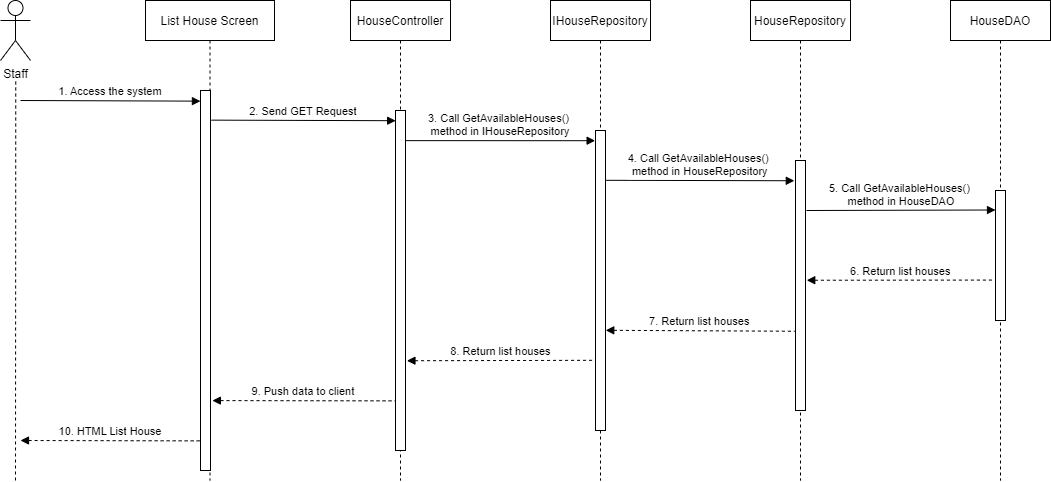
Above: Documentation/Diagram/Sequence Diagrams/(Staff) List House Sequence Diagram.drawio.png in nguyenthegiang/fu-house-finder (draw.io), before the change. Source tidied: cells renumbered, new cells last; positions are measured from the earlier drawing's top-left corner, leaving out a move shared by most shapes. Source of this version:
```xml
<mxGraphModel>
  <root>
    <mxCell id="0" />
    <mxCell id="1" parent="0" />
    <mxCell id="2" value="List House Screen" style="shape=umlLifeline;perimeter=lifelinePerimeter;rounded=0;shadow=0;strokeWidth=1;" parent="1" vertex="1">
      <mxGeometry x="145" width="129" height="480" as="geometry" />
    </mxCell>
    <mxCell id="3" style="points=[];perimeter=orthogonalPerimeter;rounded=0;shadow=0;strokeWidth=1;" parent="2" vertex="1">
      <mxGeometry x="55" y="90" width="10" height="380" as="geometry" />
    </mxCell>
    <mxCell id="4" value="HouseController" style="shape=umlLifeline;perimeter=lifelinePerimeter;rounded=0;shadow=0;strokeWidth=1;" parent="1" vertex="1">
      <mxGeometry x="350" width="100" height="480" as="geometry" />
    </mxCell>
    <mxCell id="5" style="points=[];perimeter=orthogonalPerimeter;rounded=0;shadow=0;strokeWidth=1;" parent="4" vertex="1">
      <mxGeometry x="45" y="110" width="10" height="340" as="geometry" />
    </mxCell>
    <mxCell id="6" value="Staff" style="shape=umlActor;verticalLabelPosition=bottom;verticalAlign=top;html=1;" parent="1" vertex="1">
      <mxGeometry width="30" height="60" as="geometry" />
    </mxCell>
    <mxCell id="7" style="endArrow=none;dashed=1;html=1;rounded=0;startArrow=none;" parent="1" edge="1">
      <mxGeometry relative="1" as="geometry">
        <mxPoint x="15" y="480" as="sourcePoint" />
        <mxPoint x="15.2" y="80" as="targetPoint" />
      </mxGeometry>
    </mxCell>
    <mxCell id="8" value="1. Access the system" style="verticalAlign=bottom;endArrow=block;entryX=-0.007;entryY=0.028;shadow=0;strokeWidth=1;entryDx=0;entryDy=0;entryPerimeter=0;" parent="1" edge="1" target="3">
      <mxGeometry relative="1" as="geometry">
        <mxPoint x="20" y="100" as="sourcePoint" />
      </mxGeometry>
    </mxCell>
    <mxCell id="9" value="2. Send GET Request" style="verticalAlign=bottom;endArrow=block;shadow=0;strokeWidth=1;entryX=0.016;entryY=0.03;entryDx=0;entryDy=0;entryPerimeter=0;exitX=1.094;exitY=0.078;exitDx=0;exitDy=0;exitPerimeter=0;" parent="1" edge="1" source="3" target="5">
      <mxGeometry relative="1" as="geometry" />
    </mxCell>
    <mxCell id="10" value="IHouseRepository" style="shape=umlLifeline;perimeter=lifelinePerimeter;rounded=0;shadow=0;strokeWidth=1;" parent="1" vertex="1">
      <mxGeometry x="550" width="100" height="480" as="geometry" />
    </mxCell>
    <mxCell id="11" style="points=[];perimeter=orthogonalPerimeter;rounded=0;shadow=0;strokeWidth=1;" parent="10" vertex="1">
      <mxGeometry x="45" y="130" width="10" height="300" as="geometry" />
    </mxCell>
    <mxCell id="12" value="3. Call GetAvailableHouses()  &#10;method in IHouseRepository" style="verticalAlign=bottom;endArrow=block;shadow=0;strokeWidth=1;entryX=-0.037;entryY=0.034;entryDx=0;entryDy=0;entryPerimeter=0;exitX=1.019;exitY=0.159;exitDx=0;exitDy=0;exitPerimeter=0;" parent="10" edge="1" target="11">
      <mxGeometry relative="1" as="geometry">
        <mxPoint x="-145" y="140.1" as="sourcePoint" />
      </mxGeometry>
    </mxCell>
    <mxCell id="13" value="HouseRepository" style="shape=umlLifeline;perimeter=lifelinePerimeter;rounded=0;shadow=0;strokeWidth=1;" parent="1" vertex="1">
      <mxGeometry x="750" width="100" height="480" as="geometry" />
    </mxCell>
    <mxCell id="14" style="points=[];perimeter=orthogonalPerimeter;rounded=0;shadow=0;strokeWidth=1;" parent="13" vertex="1">
      <mxGeometry x="45" y="160" width="10" height="250" as="geometry" />
    </mxCell>
    <mxCell id="15" value="HouseDAO" style="shape=umlLifeline;perimeter=lifelinePerimeter;rounded=0;shadow=0;strokeWidth=1;" parent="1" vertex="1">
      <mxGeometry x="950" width="100" height="480" as="geometry" />
    </mxCell>
    <mxCell id="16" style="points=[];perimeter=orthogonalPerimeter;rounded=0;shadow=0;strokeWidth=1;" parent="15" vertex="1">
      <mxGeometry x="45" y="190" width="10" height="130" as="geometry" />
    </mxCell>
    <mxCell id="17" value="4. Call GetAvailableHouses()  &#10;method in HouseRepository" style="verticalAlign=bottom;endArrow=block;shadow=0;strokeWidth=1;exitX=1.076;exitY=0.166;exitDx=0;exitDy=0;exitPerimeter=0;entryX=-0.12;entryY=0.081;entryDx=0;entryDy=0;entryPerimeter=0;" parent="1" edge="1" source="11" target="14">
      <mxGeometry relative="1" as="geometry" />
    </mxCell>
    <mxCell id="18" value="5. Call GetAvailableHouses()  &#10;method in HouseDAO" style="verticalAlign=bottom;endArrow=block;shadow=0;strokeWidth=1;exitX=1.097;exitY=0.2;exitDx=0;exitDy=0;exitPerimeter=0;entryX=0;entryY=0.15;entryDx=0;entryDy=0;entryPerimeter=0;" parent="1" edge="1" source="14" target="16">
      <mxGeometry relative="1" as="geometry" />
    </mxCell>
    <mxCell id="19" value="6. Return list houses" style="verticalAlign=bottom;endArrow=none;shadow=0;strokeWidth=1;entryX=-0.102;entryY=0.689;entryDx=0;entryDy=0;entryPerimeter=0;endFill=0;startArrow=block;startFill=1;dashed=1;exitX=1.126;exitY=0.479;exitDx=0;exitDy=0;exitPerimeter=0;" parent="1" edge="1" source="14" target="16">
      <mxGeometry relative="1" as="geometry" />
    </mxCell>
    <mxCell id="20" value="7. Return list houses" style="verticalAlign=bottom;endArrow=none;shadow=0;strokeWidth=1;endFill=0;startArrow=block;startFill=1;dashed=1;exitX=1.025;exitY=0.666;exitDx=0;exitDy=0;exitPerimeter=0;entryX=-0.079;entryY=0.683;entryDx=0;entryDy=0;entryPerimeter=0;" parent="1" edge="1" source="11" target="14">
      <mxGeometry relative="1" as="geometry" />
    </mxCell>
    <mxCell id="21" value="8. Return list houses" style="verticalAlign=bottom;endArrow=none;shadow=0;strokeWidth=1;entryX=-0.109;entryY=0.766;entryDx=0;entryDy=0;entryPerimeter=0;endFill=0;startArrow=block;startFill=1;dashed=1;exitX=1.145;exitY=0.736;exitDx=0;exitDy=0;exitPerimeter=0;" parent="1" edge="1" source="5" target="11">
      <mxGeometry relative="1" as="geometry" />
    </mxCell>
    <mxCell id="22" value="9. Push data to client" style="verticalAlign=bottom;endArrow=none;shadow=0;strokeWidth=1;entryX=-0.049;entryY=0.854;entryDx=0;entryDy=0;entryPerimeter=0;endFill=0;startArrow=block;startFill=1;dashed=1;exitX=1.19;exitY=0.816;exitDx=0;exitDy=0;exitPerimeter=0;" parent="1" edge="1" source="3" target="5">
      <mxGeometry relative="1" as="geometry" />
    </mxCell>
    <mxCell id="23" value="10. HTML List House" style="verticalAlign=bottom;endArrow=none;shadow=0;strokeWidth=1;entryX=-0.034;entryY=0.922;entryDx=0;entryDy=0;entryPerimeter=0;endFill=0;startArrow=block;startFill=1;dashed=1;" parent="1" edge="1" target="3">
      <mxGeometry relative="1" as="geometry">
        <mxPoint x="20" y="440" as="sourcePoint" />
      </mxGeometry>
    </mxCell>
  </root>
</mxGraphModel>
```
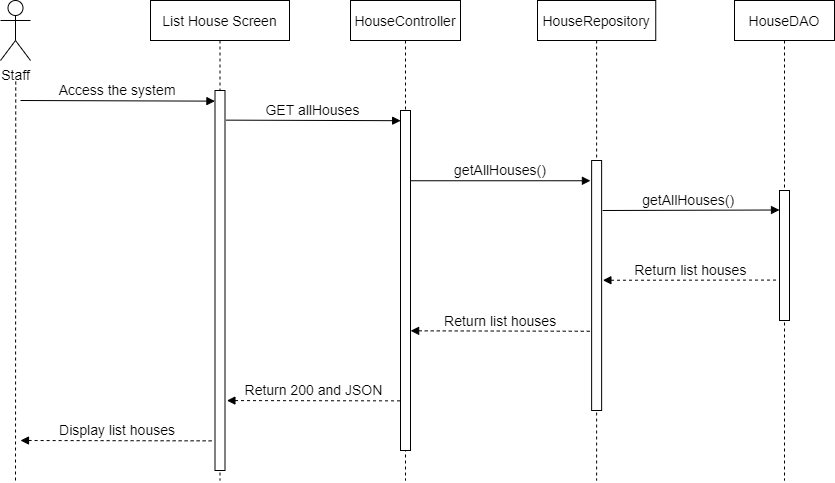
Later version of the same file.

The edit, as a diff of the source:
```diff
@@ -2,80 +2,66 @@
   <root>
     <mxCell id="0" />
     <mxCell id="1" parent="0" />
-    <mxCell id="2" value="List House Screen" style="shape=umlLifeline;perimeter=lifelinePerimeter;rounded=0;shadow=0;strokeWidth=1;" parent="1" vertex="1">
-      <mxGeometry x="145" width="129" height="480" as="geometry" />
+    <mxCell id="2" value="List House Screen" style="shape=umlLifeline;perimeter=lifelinePerimeter;rounded=0;shadow=0;strokeWidth=1;fontSize=14;" parent="1" vertex="1">
+      <mxGeometry x="226" y="639" width="139" height="480" as="geometry" />
     </mxCell>
-    <mxCell id="3" style="points=[];perimeter=orthogonalPerimeter;rounded=0;shadow=0;strokeWidth=1;" parent="2" vertex="1">
-      <mxGeometry x="55" y="90" width="10" height="380" as="geometry" />
-    </mxCell>
+    <mxCell id="24" style="points=[];perimeter=orthogonalPerimeter;rounded=0;shadow=0;strokeWidth=1;fontSize=14;" parent="2" vertex="1">
+      <mxGeometry x="64.5" y="90" width="10" height="380" as="geometry" />
+    </mxCell>
-    <mxCell id="4" value="HouseController" style="shape=umlLifeline;perimeter=lifelinePerimeter;rounded=0;shadow=0;strokeWidth=1;" parent="1" vertex="1">
-      <mxGeometry x="350" width="100" height="480" as="geometry" />
+    <mxCell id="4" value="HouseController" style="shape=umlLifeline;perimeter=lifelinePerimeter;rounded=0;shadow=0;strokeWidth=1;fontSize=14;" parent="1" vertex="1">
+      <mxGeometry x="426" y="639" width="110" height="480" as="geometry" />
     </mxCell>
-    <mxCell id="5" style="points=[];perimeter=orthogonalPerimeter;rounded=0;shadow=0;strokeWidth=1;" parent="4" vertex="1">
-      <mxGeometry x="45" y="110" width="10" height="340" as="geometry" />
-    </mxCell>
+    <mxCell id="25" style="points=[];perimeter=orthogonalPerimeter;rounded=0;shadow=0;strokeWidth=1;fontSize=14;" parent="4" vertex="1">
+      <mxGeometry x="50" y="110" width="10" height="340" as="geometry" />
+    </mxCell>
-    <mxCell id="6" value="Staff" style="shape=umlActor;verticalLabelPosition=bottom;verticalAlign=top;html=1;" parent="1" vertex="1">
-      <mxGeometry width="30" height="60" as="geometry" />
+    <mxCell id="6" value="Staff" style="shape=umlActor;verticalLabelPosition=bottom;verticalAlign=top;html=1;fontSize=14;" parent="1" vertex="1">
+      <mxGeometry x="76" y="639" width="30" height="60" as="geometry" />
     </mxCell>
-    <mxCell id="7" style="endArrow=none;dashed=1;html=1;rounded=0;startArrow=none;" parent="1" edge="1">
-      <mxGeometry relative="1" as="geometry">
-        <mxPoint x="15" y="480" as="sourcePoint" />
-        <mxPoint x="15.2" y="80" as="targetPoint" />
-      </mxGeometry>
-    </mxCell>
-    <mxCell id="8" value="1. Access the system" style="verticalAlign=bottom;endArrow=block;entryX=-0.007;entryY=0.028;shadow=0;strokeWidth=1;entryDx=0;entryDy=0;entryPerimeter=0;" parent="1" edge="1" target="3">
-      <mxGeometry relative="1" as="geometry">
-        <mxPoint x="20" y="100" as="sourcePoint" />
-      </mxGeometry>
-    </mxCell>
-    <mxCell id="9" value="2. Send GET Request" style="verticalAlign=bottom;endArrow=block;shadow=0;strokeWidth=1;entryX=0.016;entryY=0.03;entryDx=0;entryDy=0;entryPerimeter=0;exitX=1.094;exitY=0.078;exitDx=0;exitDy=0;exitPerimeter=0;" parent="1" edge="1" source="3" target="5">
-      <mxGeometry relative="1" as="geometry" />
-    </mxCell>
-    <mxCell id="10" value="IHouseRepository" style="shape=umlLifeline;perimeter=lifelinePerimeter;rounded=0;shadow=0;strokeWidth=1;" parent="1" vertex="1">
-      <mxGeometry x="550" width="100" height="480" as="geometry" />
-    </mxCell>
-    <mxCell id="11" style="points=[];perimeter=orthogonalPerimeter;rounded=0;shadow=0;strokeWidth=1;" parent="10" vertex="1">
-      <mxGeometry x="45" y="130" width="10" height="300" as="geometry" />
-    </mxCell>
-    <mxCell id="12" value="3. Call GetAvailableHouses()  &#10;method in IHouseRepository" style="verticalAlign=bottom;endArrow=block;shadow=0;strokeWidth=1;entryX=-0.037;entryY=0.034;entryDx=0;entryDy=0;entryPerimeter=0;exitX=1.019;exitY=0.159;exitDx=0;exitDy=0;exitPerimeter=0;" parent="10" edge="1" target="11">
-      <mxGeometry relative="1" as="geometry">
-        <mxPoint x="-145" y="140.1" as="sourcePoint" />
-      </mxGeometry>
-    </mxCell>
+    <mxCell id="26" style="endArrow=none;dashed=1;html=1;rounded=0;startArrow=none;fontSize=14;" parent="1" edge="1">
+      <mxGeometry relative="1" as="geometry">
+        <mxPoint x="91" y="1119" as="sourcePoint" />
+        <mxPoint x="91.2" y="719" as="targetPoint" />
+      </mxGeometry>
+    </mxCell>
+    <mxCell id="27" value="Access the system" style="verticalAlign=bottom;endArrow=block;entryX=-0.007;entryY=0.028;shadow=0;strokeWidth=1;entryDx=0;entryDy=0;entryPerimeter=0;fontSize=14;" parent="1" edge="1" target="24">
+      <mxGeometry relative="1" as="geometry">
+        <mxPoint x="96" y="739" as="sourcePoint" />
+      </mxGeometry>
+    </mxCell>
+    <mxCell id="28" value="GET allHouses" style="verticalAlign=bottom;endArrow=block;shadow=0;strokeWidth=1;entryX=0.016;entryY=0.03;entryDx=0;entryDy=0;entryPerimeter=0;exitX=1.094;exitY=0.078;exitDx=0;exitDy=0;exitPerimeter=0;fontSize=14;" parent="1" edge="1" source="24" target="25">
+      <mxGeometry relative="1" as="geometry" />
+    </mxCell>
-    <mxCell id="13" value="HouseRepository" style="shape=umlLifeline;perimeter=lifelinePerimeter;rounded=0;shadow=0;strokeWidth=1;" parent="1" vertex="1">
-      <mxGeometry x="750" width="100" height="480" as="geometry" />
+    <mxCell id="13" value="HouseRepository" style="shape=umlLifeline;perimeter=lifelinePerimeter;rounded=0;shadow=0;strokeWidth=1;fontSize=14;" parent="1" vertex="1">
+      <mxGeometry x="613" y="639" width="118.2" height="480" as="geometry" />
     </mxCell>
-    <mxCell id="14" style="points=[];perimeter=orthogonalPerimeter;rounded=0;shadow=0;strokeWidth=1;" parent="13" vertex="1">
-      <mxGeometry x="45" y="160" width="10" height="250" as="geometry" />
-    </mxCell>
+    <mxCell id="29" style="points=[];perimeter=orthogonalPerimeter;rounded=0;shadow=0;strokeWidth=1;fontSize=14;" parent="13" vertex="1">
+      <mxGeometry x="54.1" y="160" width="10" height="250" as="geometry" />
+    </mxCell>
-    <mxCell id="15" value="HouseDAO" style="shape=umlLifeline;perimeter=lifelinePerimeter;rounded=0;shadow=0;strokeWidth=1;" parent="1" vertex="1">
-      <mxGeometry x="950" width="100" height="480" as="geometry" />
+    <mxCell id="15" value="HouseDAO" style="shape=umlLifeline;perimeter=lifelinePerimeter;rounded=0;shadow=0;strokeWidth=1;fontSize=14;" parent="1" vertex="1">
+      <mxGeometry x="810" y="639" width="100" height="480" as="geometry" />
     </mxCell>
-    <mxCell id="16" style="points=[];perimeter=orthogonalPerimeter;rounded=0;shadow=0;strokeWidth=1;" parent="15" vertex="1">
-      <mxGeometry x="45" y="190" width="10" height="130" as="geometry" />
-    </mxCell>
-    <mxCell id="17" value="4. Call GetAvailableHouses()  &#10;method in HouseRepository" style="verticalAlign=bottom;endArrow=block;shadow=0;strokeWidth=1;exitX=1.076;exitY=0.166;exitDx=0;exitDy=0;exitPerimeter=0;entryX=-0.12;entryY=0.081;entryDx=0;entryDy=0;entryPerimeter=0;" parent="1" edge="1" source="11" target="14">
-      <mxGeometry relative="1" as="geometry" />
-    </mxCell>
-    <mxCell id="18" value="5. Call GetAvailableHouses()  &#10;method in HouseDAO" style="verticalAlign=bottom;endArrow=block;shadow=0;strokeWidth=1;exitX=1.097;exitY=0.2;exitDx=0;exitDy=0;exitPerimeter=0;entryX=0;entryY=0.15;entryDx=0;entryDy=0;entryPerimeter=0;" parent="1" edge="1" source="14" target="16">
-      <mxGeometry relative="1" as="geometry" />
-    </mxCell>
-    <mxCell id="19" value="6. Return list houses" style="verticalAlign=bottom;endArrow=none;shadow=0;strokeWidth=1;entryX=-0.102;entryY=0.689;entryDx=0;entryDy=0;entryPerimeter=0;endFill=0;startArrow=block;startFill=1;dashed=1;exitX=1.126;exitY=0.479;exitDx=0;exitDy=0;exitPerimeter=0;" parent="1" edge="1" source="14" target="16">
-      <mxGeometry relative="1" as="geometry" />
-    </mxCell>
-    <mxCell id="20" value="7. Return list houses" style="verticalAlign=bottom;endArrow=none;shadow=0;strokeWidth=1;endFill=0;startArrow=block;startFill=1;dashed=1;exitX=1.025;exitY=0.666;exitDx=0;exitDy=0;exitPerimeter=0;entryX=-0.079;entryY=0.683;entryDx=0;entryDy=0;entryPerimeter=0;" parent="1" edge="1" source="11" target="14">
-      <mxGeometry relative="1" as="geometry" />
-    </mxCell>
-    <mxCell id="21" value="8. Return list houses" style="verticalAlign=bottom;endArrow=none;shadow=0;strokeWidth=1;entryX=-0.109;entryY=0.766;entryDx=0;entryDy=0;entryPerimeter=0;endFill=0;startArrow=block;startFill=1;dashed=1;exitX=1.145;exitY=0.736;exitDx=0;exitDy=0;exitPerimeter=0;" parent="1" edge="1" source="5" target="11">
-      <mxGeometry relative="1" as="geometry" />
-    </mxCell>
-    <mxCell id="22" value="9. Push data to client" style="verticalAlign=bottom;endArrow=none;shadow=0;strokeWidth=1;entryX=-0.049;entryY=0.854;entryDx=0;entryDy=0;entryPerimeter=0;endFill=0;startArrow=block;startFill=1;dashed=1;exitX=1.19;exitY=0.816;exitDx=0;exitDy=0;exitPerimeter=0;" parent="1" edge="1" source="3" target="5">
-      <mxGeometry relative="1" as="geometry" />
-    </mxCell>
-    <mxCell id="23" value="10. HTML List House" style="verticalAlign=bottom;endArrow=none;shadow=0;strokeWidth=1;entryX=-0.034;entryY=0.922;entryDx=0;entryDy=0;entryPerimeter=0;endFill=0;startArrow=block;startFill=1;dashed=1;" parent="1" edge="1" target="3">
-      <mxGeometry relative="1" as="geometry">
-        <mxPoint x="20" y="440" as="sourcePoint" />
-      </mxGeometry>
-    </mxCell>
+    <mxCell id="30" style="points=[];perimeter=orthogonalPerimeter;rounded=0;shadow=0;strokeWidth=1;fontSize=14;" parent="15" vertex="1">
+      <mxGeometry x="45" y="190" width="10" height="130" as="geometry" />
+    </mxCell>
+    <mxCell id="31" value="getAllHouses()" style="verticalAlign=bottom;endArrow=block;shadow=0;strokeWidth=1;entryX=-0.12;entryY=0.081;entryDx=0;entryDy=0;entryPerimeter=0;fontSize=14;" parent="1" edge="1" source="25" target="29">
+      <mxGeometry relative="1" as="geometry" />
+    </mxCell>
+    <mxCell id="32" value="getAllHouses() " style="verticalAlign=bottom;endArrow=block;shadow=0;strokeWidth=1;exitX=1.097;exitY=0.2;exitDx=0;exitDy=0;exitPerimeter=0;entryX=0;entryY=0.15;entryDx=0;entryDy=0;entryPerimeter=0;fontSize=14;" parent="1" edge="1" source="29" target="30">
+      <mxGeometry relative="1" as="geometry" />
+    </mxCell>
+    <mxCell id="33" value="Return list houses" style="verticalAlign=bottom;endArrow=none;shadow=0;strokeWidth=1;entryX=-0.102;entryY=0.689;entryDx=0;entryDy=0;entryPerimeter=0;endFill=0;startArrow=block;startFill=1;dashed=1;exitX=1.126;exitY=0.479;exitDx=0;exitDy=0;exitPerimeter=0;fontSize=14;" parent="1" edge="1" source="29" target="30">
+      <mxGeometry relative="1" as="geometry" />
+    </mxCell>
+    <mxCell id="34" value="Return list houses" style="verticalAlign=bottom;endArrow=none;shadow=0;strokeWidth=1;endFill=0;startArrow=block;startFill=1;dashed=1;entryX=-0.079;entryY=0.683;entryDx=0;entryDy=0;entryPerimeter=0;fontSize=14;exitX=1.012;exitY=0.648;exitDx=0;exitDy=0;exitPerimeter=0;" parent="1" edge="1" source="25" target="29">
+      <mxGeometry relative="1" as="geometry" />
+    </mxCell>
+    <mxCell id="35" value="Return 200 and JSON" style="verticalAlign=bottom;endArrow=none;shadow=0;strokeWidth=1;entryX=-0.049;entryY=0.854;entryDx=0;entryDy=0;entryPerimeter=0;endFill=0;startArrow=block;startFill=1;dashed=1;exitX=1.19;exitY=0.816;exitDx=0;exitDy=0;exitPerimeter=0;fontSize=14;" parent="1" edge="1" source="24" target="25">
+      <mxGeometry relative="1" as="geometry" />
+    </mxCell>
+    <mxCell id="36" value="Display list houses" style="verticalAlign=bottom;endArrow=none;shadow=0;strokeWidth=1;entryX=-0.034;entryY=0.922;entryDx=0;entryDy=0;entryPerimeter=0;endFill=0;startArrow=block;startFill=1;dashed=1;fontSize=14;" parent="1" edge="1" target="24">
+      <mxGeometry relative="1" as="geometry">
+        <mxPoint x="96" y="1079" as="sourcePoint" />
+      </mxGeometry>
+    </mxCell>
   </root>
 </mxGraphModel>
```
